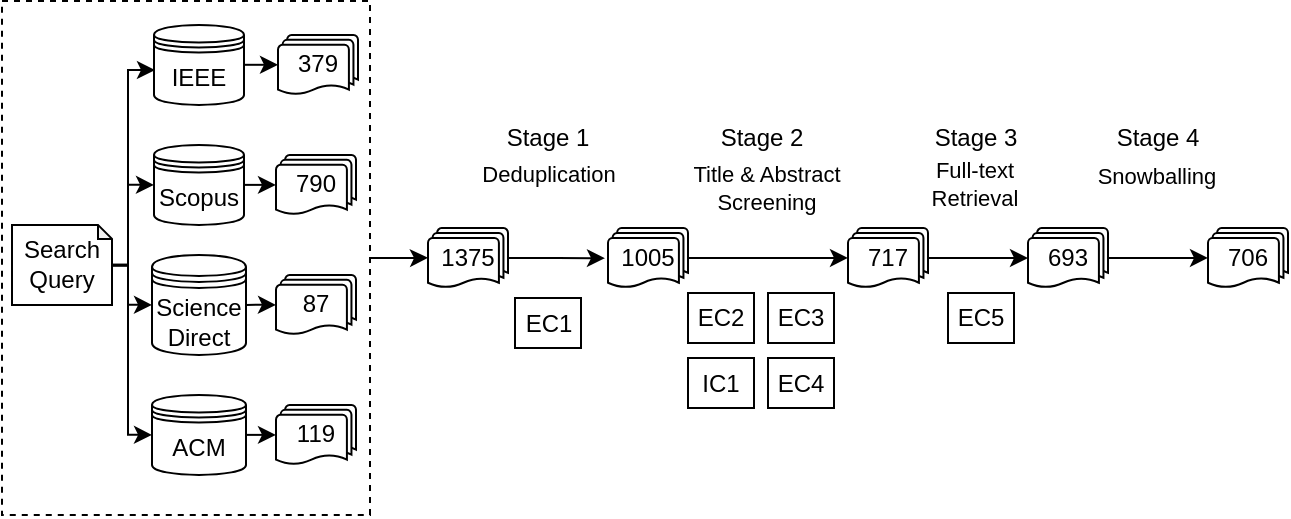
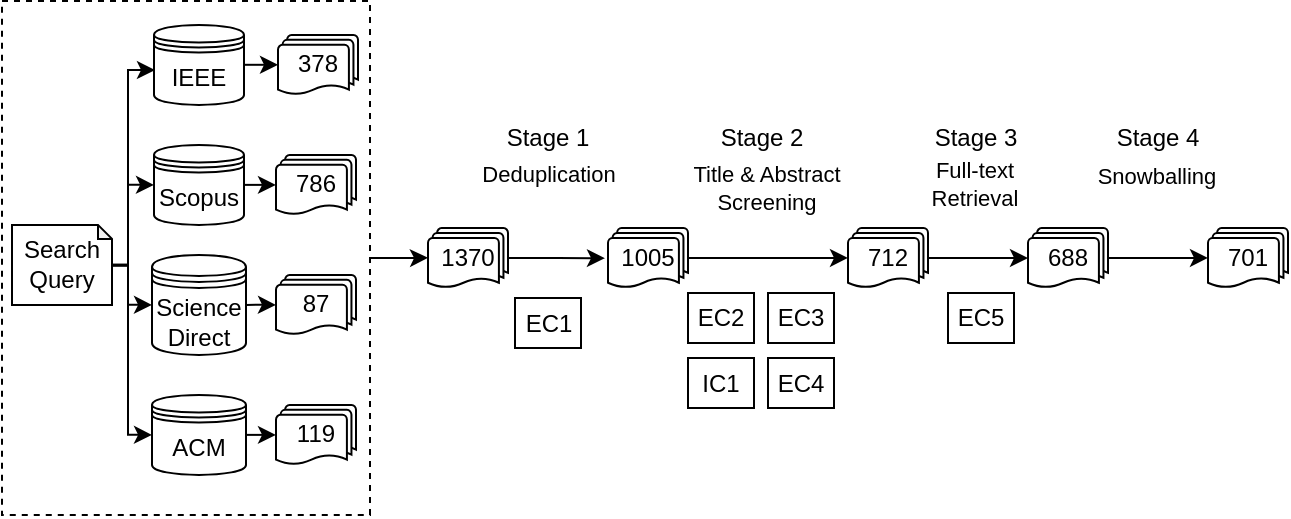
<mxfile host="app.diagrams.net" agent="Mozilla/5.0 (Windows NT 10.0; Win64; x64) AppleWebKit/537.36 (KHTML, like Gecko) Chrome/145.0.0.0 Safari/537.36">
  <diagram name="Page-1" id="EPD-pxOS8JDJHKGQRMdU">
-     <mxGraphModel dx="751" dy="402" grid="1" gridSize="10" guides="1" tooltips="1" connect="1" arrows="1" fold="1" page="1" pageScale="1" pageWidth="850" pageHeight="1100" math="0" shadow="0">
+     <mxGraphModel dx="667" dy="357" grid="1" gridSize="10" guides="1" tooltips="1" connect="1" arrows="1" fold="1" page="1" pageScale="1" pageWidth="850" pageHeight="1100" math="0" shadow="0">
      <root>
        <mxCell id="0" />
        <mxCell id="1" parent="0" />
        <mxCell id="lcWgrL02LOkPsSpJKyJC-1" edge="1" parent="1" source="lcWgrL02LOkPsSpJKyJC-2" style="edgeStyle=orthogonalEdgeStyle;rounded=0;orthogonalLoop=1;jettySize=auto;html=1;">
          <mxGeometry relative="1" as="geometry">
            <mxPoint x="360" y="204.87" as="targetPoint" />
          </mxGeometry>
        </mxCell>
        <mxCell id="lcWgrL02LOkPsSpJKyJC-2" parent="1" style="rounded=0;whiteSpace=wrap;html=1;dashed=1;movable=1;resizable=1;rotatable=1;deletable=1;editable=1;locked=0;connectable=1;" value="" vertex="1">
          <mxGeometry height="256.88" width="184" x="147" y="76.56" as="geometry" />
        </mxCell>
        <mxCell id="lcWgrL02LOkPsSpJKyJC-3" edge="1" parent="1" source="lcWgrL02LOkPsSpJKyJC-4" style="edgeStyle=orthogonalEdgeStyle;rounded=0;orthogonalLoop=1;jettySize=auto;html=1;entryX=0.011;entryY=0.565;entryDx=0;entryDy=0;entryPerimeter=0;" target="lcWgrL02LOkPsSpJKyJC-6">
          <mxGeometry relative="1" as="geometry">
            <Array as="points">
              <mxPoint x="210" y="208.44" />
              <mxPoint x="210" y="111.44" />
            </Array>
          </mxGeometry>
        </mxCell>
        <mxCell id="EugBpm1d8dsiI0s80T5x-1" edge="1" parent="1" source="lcWgrL02LOkPsSpJKyJC-4" style="edgeStyle=orthogonalEdgeStyle;rounded=0;orthogonalLoop=1;jettySize=auto;html=1;entryX=0;entryY=0.5;entryDx=0;entryDy=0;exitX=1.002;exitY=0.51;exitDx=0;exitDy=0;exitPerimeter=0;" target="uM7LAKjQwFEnnQu7Dd1V-1">
          <mxGeometry relative="1" as="geometry">
            <Array as="points">
              <mxPoint x="210" y="208.44" />
              <mxPoint x="210" y="228.44" />
            </Array>
          </mxGeometry>
        </mxCell>
        <mxCell id="EugBpm1d8dsiI0s80T5x-2" edge="1" parent="1" source="lcWgrL02LOkPsSpJKyJC-4" style="edgeStyle=orthogonalEdgeStyle;rounded=0;orthogonalLoop=1;jettySize=auto;html=1;entryX=0;entryY=0.5;entryDx=0;entryDy=0;" target="uM7LAKjQwFEnnQu7Dd1V-5">
          <mxGeometry relative="1" as="geometry">
            <Array as="points">
              <mxPoint x="210" y="208.44" />
              <mxPoint x="210" y="293.44" />
            </Array>
          </mxGeometry>
        </mxCell>
        <mxCell id="lcWgrL02LOkPsSpJKyJC-4" parent="1" style="shape=note;whiteSpace=wrap;html=1;backgroundOutline=1;darkOpacity=0.05;size=7;" value="Search&lt;div&gt;Query&lt;/div&gt;" vertex="1">
          <mxGeometry height="40" width="50" x="152" y="188.44" as="geometry" />
        </mxCell>
        <mxCell id="lcWgrL02LOkPsSpJKyJC-5" parent="1" style="shape=datastore;whiteSpace=wrap;html=1;" value="Scopus" vertex="1">
          <mxGeometry height="40" width="45" x="223" y="148.44" as="geometry" />
        </mxCell>
        <mxCell id="lcWgrL02LOkPsSpJKyJC-6" parent="1" style="shape=datastore;whiteSpace=wrap;html=1;" value="IEEE" vertex="1">
          <mxGeometry height="40" width="45" x="223" y="88.44" as="geometry" />
        </mxCell>
        <mxCell id="lcWgrL02LOkPsSpJKyJC-7" edge="1" parent="1" source="lcWgrL02LOkPsSpJKyJC-4" style="edgeStyle=orthogonalEdgeStyle;rounded=0;orthogonalLoop=1;jettySize=auto;html=1;entryX=0;entryY=0.5;entryDx=0;entryDy=0;exitX=1;exitY=0.504;exitDx=0;exitDy=0;exitPerimeter=0;" target="lcWgrL02LOkPsSpJKyJC-5">
          <mxGeometry relative="1" as="geometry">
            <Array as="points">
              <mxPoint x="210" y="208.44" />
              <mxPoint x="210" y="168.44" />
            </Array>
            <mxPoint x="170" y="138.44" as="sourcePoint" />
          </mxGeometry>
        </mxCell>
-         <mxCell id="lcWgrL02LOkPsSpJKyJC-8" parent="1" style="strokeWidth=1;html=1;shape=mxgraph.flowchart.multi-document;whiteSpace=wrap;" value="790" vertex="1">
+         <mxCell id="lcWgrL02LOkPsSpJKyJC-8" parent="1" style="strokeWidth=1;html=1;shape=mxgraph.flowchart.multi-document;whiteSpace=wrap;" value="786" vertex="1">
          <mxGeometry height="30" width="40" x="284" y="153.44" as="geometry" />
        </mxCell>
-         <mxCell id="lcWgrL02LOkPsSpJKyJC-9" parent="1" style="strokeWidth=1;html=1;shape=mxgraph.flowchart.multi-document;whiteSpace=wrap;" value="379" vertex="1">
+         <mxCell id="lcWgrL02LOkPsSpJKyJC-9" parent="1" style="strokeWidth=1;html=1;shape=mxgraph.flowchart.multi-document;whiteSpace=wrap;" value="378" vertex="1">
          <mxGeometry height="30" width="40" x="285" y="93.44" as="geometry" />
        </mxCell>
        <mxCell id="lcWgrL02LOkPsSpJKyJC-12" edge="1" parent="1" source="lcWgrL02LOkPsSpJKyJC-14" style="edgeStyle=orthogonalEdgeStyle;rounded=0;orthogonalLoop=1;jettySize=auto;html=1;entryX=-0.038;entryY=0.504;entryDx=0;entryDy=0;entryPerimeter=0;" target="lcWgrL02LOkPsSpJKyJC-17">
          <mxGeometry relative="1" as="geometry">
            <mxPoint x="470" y="205" as="targetPoint" />
          </mxGeometry>
        </mxCell>
        <mxCell id="lcWgrL02LOkPsSpJKyJC-13" connectable="0" parent="lcWgrL02LOkPsSpJKyJC-12" style="edgeLabel;html=1;align=center;verticalAlign=middle;resizable=0;points=[];" value="Deduplication" vertex="1">
          <mxGeometry relative="1" x="-0.0065" y="-1" as="geometry">
            <mxPoint x="-4" y="-43" as="offset" />
          </mxGeometry>
        </mxCell>
-         <mxCell id="lcWgrL02LOkPsSpJKyJC-14" parent="1" style="strokeWidth=1;html=1;shape=mxgraph.flowchart.multi-document;whiteSpace=wrap;" value="1375" vertex="1">
+         <mxCell id="lcWgrL02LOkPsSpJKyJC-14" parent="1" style="strokeWidth=1;html=1;shape=mxgraph.flowchart.multi-document;whiteSpace=wrap;" value="1370" vertex="1">
          <mxGeometry height="30" width="40" x="360" y="190" as="geometry" />
        </mxCell>
        <mxCell id="lcWgrL02LOkPsSpJKyJC-15" edge="1" parent="1" source="lcWgrL02LOkPsSpJKyJC-17" style="edgeStyle=orthogonalEdgeStyle;rounded=0;orthogonalLoop=1;jettySize=auto;html=1;entryX=0;entryY=0.5;entryDx=0;entryDy=0;entryPerimeter=0;" target="lcWgrL02LOkPsSpJKyJC-19">
          <mxGeometry relative="1" as="geometry">
            <Array as="points" />
            <mxPoint x="570" y="205.00000000000006" as="targetPoint" />
          </mxGeometry>
        </mxCell>
        <mxCell id="lcWgrL02LOkPsSpJKyJC-16" connectable="0" parent="lcWgrL02LOkPsSpJKyJC-15" style="edgeLabel;html=1;align=center;verticalAlign=middle;resizable=0;points=[];" value="Title &amp;amp; Abstract&lt;div&gt;Screening&lt;/div&gt;" vertex="1">
          <mxGeometry relative="1" x="-0.1294" y="-1" as="geometry">
            <mxPoint x="4" y="-36" as="offset" />
          </mxGeometry>
        </mxCell>
        <mxCell id="lcWgrL02LOkPsSpJKyJC-17" parent="1" style="strokeWidth=1;html=1;shape=mxgraph.flowchart.multi-document;whiteSpace=wrap;" value="1005" vertex="1">
          <mxGeometry height="30" width="40" x="450" y="189.99" as="geometry" />
        </mxCell>
        <mxCell id="lcWgrL02LOkPsSpJKyJC-18" parent="1" style="rounded=0;whiteSpace=wrap;html=1;" value="EC1" vertex="1">
          <mxGeometry height="25" width="33" x="403.5" y="225" as="geometry" />
        </mxCell>
-         <mxCell id="lcWgrL02LOkPsSpJKyJC-19" parent="1" style="strokeWidth=1;html=1;shape=mxgraph.flowchart.multi-document;whiteSpace=wrap;" value="717" vertex="1">
+         <mxCell id="lcWgrL02LOkPsSpJKyJC-19" parent="1" style="strokeWidth=1;html=1;shape=mxgraph.flowchart.multi-document;whiteSpace=wrap;" value="712" vertex="1">
          <mxGeometry height="30" width="40" x="570" y="189.99" as="geometry" />
        </mxCell>
        <mxCell id="lcWgrL02LOkPsSpJKyJC-20" parent="1" style="rounded=0;whiteSpace=wrap;html=1;" value="EC2" vertex="1">
          <mxGeometry height="25" width="33" x="490" y="222.5" as="geometry" />
        </mxCell>
        <mxCell id="lcWgrL02LOkPsSpJKyJC-21" parent="1" style="rounded=0;whiteSpace=wrap;html=1;" value="EC3" vertex="1">
          <mxGeometry height="25" width="33" x="530" y="222.5" as="geometry" />
        </mxCell>
        <mxCell id="lcWgrL02LOkPsSpJKyJC-22" parent="1" style="rounded=0;whiteSpace=wrap;html=1;" value="EC4" vertex="1">
          <mxGeometry height="25" width="33" x="530" y="255" as="geometry" />
        </mxCell>
        <mxCell id="3dYulXDm6Khn9t_g3C1X-1" edge="1" parent="1" source="lcWgrL02LOkPsSpJKyJC-23" style="edgeStyle=orthogonalEdgeStyle;rounded=0;orthogonalLoop=1;jettySize=auto;html=1;entryX=0;entryY=0.5;entryDx=0;entryDy=0;entryPerimeter=0;" target="3dYulXDm6Khn9t_g3C1X-2">
          <mxGeometry relative="1" as="geometry">
            <mxPoint x="850" y="205" as="targetPoint" />
          </mxGeometry>
        </mxCell>
        <mxCell id="3dYulXDm6Khn9t_g3C1X-3" connectable="0" parent="3dYulXDm6Khn9t_g3C1X-1" style="edgeLabel;html=1;align=center;verticalAlign=middle;resizable=0;points=[];" value="Snowballing" vertex="1">
          <mxGeometry relative="1" x="-0.0421" as="geometry">
            <mxPoint y="-41" as="offset" />
          </mxGeometry>
        </mxCell>
-         <mxCell id="lcWgrL02LOkPsSpJKyJC-23" parent="1" style="strokeWidth=1;html=1;shape=mxgraph.flowchart.multi-document;whiteSpace=wrap;" value="693" vertex="1">
+         <mxCell id="lcWgrL02LOkPsSpJKyJC-23" parent="1" style="strokeWidth=1;html=1;shape=mxgraph.flowchart.multi-document;whiteSpace=wrap;" value="688" vertex="1">
          <mxGeometry height="30" width="40" x="660" y="190" as="geometry" />
        </mxCell>
        <mxCell id="lcWgrL02LOkPsSpJKyJC-24" edge="1" parent="1" source="lcWgrL02LOkPsSpJKyJC-19" style="edgeStyle=orthogonalEdgeStyle;rounded=0;orthogonalLoop=1;jettySize=auto;html=1;entryX=0;entryY=0.5;entryDx=0;entryDy=0;entryPerimeter=0;" target="lcWgrL02LOkPsSpJKyJC-23">
          <mxGeometry relative="1" as="geometry" />
        </mxCell>
        <mxCell id="lcWgrL02LOkPsSpJKyJC-25" connectable="0" parent="lcWgrL02LOkPsSpJKyJC-24" style="edgeLabel;html=1;align=center;verticalAlign=middle;resizable=0;points=[];" value="Full-text&lt;div&gt;Retrieval&lt;/div&gt;" vertex="1">
          <mxGeometry relative="1" x="-0.1099" y="1" as="geometry">
            <mxPoint y="-36" as="offset" />
          </mxGeometry>
        </mxCell>
        <mxCell id="lcWgrL02LOkPsSpJKyJC-26" parent="1" style="rounded=0;whiteSpace=wrap;html=1;" value="EC5" vertex="1">
          <mxGeometry height="25" width="33" x="620" y="222.5" as="geometry" />
        </mxCell>
        <mxCell id="lcWgrL02LOkPsSpJKyJC-27" parent="1" style="rounded=0;whiteSpace=wrap;html=1;" value="IC1" vertex="1">
          <mxGeometry height="25" width="33" x="490" y="255" as="geometry" />
        </mxCell>
        <mxCell id="lcWgrL02LOkPsSpJKyJC-28" parent="1" style="text;html=1;whiteSpace=wrap;strokeColor=none;fillColor=none;align=center;verticalAlign=middle;rounded=0;" value="Stage 1" vertex="1">
          <mxGeometry height="30" width="60" x="390" y="130" as="geometry" />
        </mxCell>
        <mxCell id="lcWgrL02LOkPsSpJKyJC-29" parent="1" style="text;html=1;whiteSpace=wrap;strokeColor=none;fillColor=none;align=center;verticalAlign=middle;rounded=0;" value="Stage 2" vertex="1">
          <mxGeometry height="30" width="60" x="497" y="130" as="geometry" />
        </mxCell>
        <mxCell id="lcWgrL02LOkPsSpJKyJC-30" parent="1" style="text;html=1;whiteSpace=wrap;strokeColor=none;fillColor=none;align=center;verticalAlign=middle;rounded=0;" value="Stage 3" vertex="1">
          <mxGeometry height="30" width="60" x="604" y="130" as="geometry" />
        </mxCell>
-         <mxCell id="3dYulXDm6Khn9t_g3C1X-2" parent="1" style="strokeWidth=1;html=1;shape=mxgraph.flowchart.multi-document;whiteSpace=wrap;" value="706" vertex="1">
+         <mxCell id="3dYulXDm6Khn9t_g3C1X-2" parent="1" style="strokeWidth=1;html=1;shape=mxgraph.flowchart.multi-document;whiteSpace=wrap;" value="701" vertex="1">
          <mxGeometry height="30" width="40" x="750" y="189.99" as="geometry" />
        </mxCell>
        <mxCell id="3dYulXDm6Khn9t_g3C1X-7" parent="1" style="text;html=1;whiteSpace=wrap;strokeColor=none;fillColor=none;align=center;verticalAlign=middle;rounded=0;" value="Stage 4" vertex="1">
          <mxGeometry height="30" width="60" x="695" y="130" as="geometry" />
        </mxCell>
        <mxCell id="3dYulXDm6Khn9t_g3C1X-10" edge="1" parent="1" source="lcWgrL02LOkPsSpJKyJC-5" style="edgeStyle=orthogonalEdgeStyle;rounded=0;orthogonalLoop=1;jettySize=auto;html=1;entryX=0;entryY=0.5;entryDx=0;entryDy=0;entryPerimeter=0;" target="lcWgrL02LOkPsSpJKyJC-8">
          <mxGeometry relative="1" as="geometry">
            <Array as="points">
              <mxPoint x="260" y="168.44" />
              <mxPoint x="260" y="168.44" />
            </Array>
          </mxGeometry>
        </mxCell>
        <mxCell id="3dYulXDm6Khn9t_g3C1X-11" edge="1" parent="1" source="lcWgrL02LOkPsSpJKyJC-6" style="edgeStyle=orthogonalEdgeStyle;rounded=0;orthogonalLoop=1;jettySize=auto;html=1;entryX=0;entryY=0.5;entryDx=0;entryDy=0;entryPerimeter=0;" target="lcWgrL02LOkPsSpJKyJC-9">
          <mxGeometry relative="1" as="geometry">
            <Array as="points">
              <mxPoint x="285" y="108.44" />
            </Array>
          </mxGeometry>
        </mxCell>
        <mxCell id="3dYulXDm6Khn9t_g3C1X-12" edge="1" parent="1" source="lcWgrL02LOkPsSpJKyJC-22" style="edgeStyle=orthogonalEdgeStyle;rounded=0;orthogonalLoop=1;jettySize=auto;html=1;exitX=0.5;exitY=1;exitDx=0;exitDy=0;" target="lcWgrL02LOkPsSpJKyJC-22">
          <mxGeometry relative="1" as="geometry" />
        </mxCell>
        <mxCell id="uM7LAKjQwFEnnQu7Dd1V-1" parent="1" style="shape=datastore;whiteSpace=wrap;html=1;" value="Science&lt;div&gt;Direct&lt;/div&gt;" vertex="1">
          <mxGeometry height="50" width="47" x="222" y="203.44" as="geometry" />
        </mxCell>
        <mxCell id="uM7LAKjQwFEnnQu7Dd1V-2" parent="1" style="strokeWidth=1;html=1;shape=mxgraph.flowchart.multi-document;whiteSpace=wrap;" value="87" vertex="1">
          <mxGeometry height="30" width="40" x="284" y="213.44" as="geometry" />
        </mxCell>
        <mxCell id="uM7LAKjQwFEnnQu7Dd1V-5" parent="1" style="shape=datastore;whiteSpace=wrap;html=1;" value="ACM" vertex="1">
          <mxGeometry height="40" width="47" x="222" y="273.44" as="geometry" />
        </mxCell>
        <mxCell id="uM7LAKjQwFEnnQu7Dd1V-6" parent="1" style="strokeWidth=1;html=1;shape=mxgraph.flowchart.multi-document;whiteSpace=wrap;" value="119" vertex="1">
          <mxGeometry height="30" width="40" x="284" y="278.44" as="geometry" />
        </mxCell>
        <mxCell id="EugBpm1d8dsiI0s80T5x-3" edge="1" parent="1" source="uM7LAKjQwFEnnQu7Dd1V-1" style="edgeStyle=orthogonalEdgeStyle;rounded=0;orthogonalLoop=1;jettySize=auto;html=1;entryX=0;entryY=0.5;entryDx=0;entryDy=0;entryPerimeter=0;exitX=1;exitY=0.5;exitDx=0;exitDy=0;" target="uM7LAKjQwFEnnQu7Dd1V-2">
          <mxGeometry relative="1" as="geometry">
            <Array as="points">
              <mxPoint x="280" y="228.44" />
              <mxPoint x="280" y="228.44" />
            </Array>
            <mxPoint x="280" y="228.44" as="targetPoint" />
          </mxGeometry>
        </mxCell>
        <mxCell id="EugBpm1d8dsiI0s80T5x-4" edge="1" parent="1" source="uM7LAKjQwFEnnQu7Dd1V-5" style="edgeStyle=orthogonalEdgeStyle;rounded=0;orthogonalLoop=1;jettySize=auto;html=1;entryX=0;entryY=0.5;entryDx=0;entryDy=0;entryPerimeter=0;exitX=1;exitY=0.5;exitDx=0;exitDy=0;" target="uM7LAKjQwFEnnQu7Dd1V-6">
          <mxGeometry relative="1" as="geometry" />
        </mxCell>
      </root>
    </mxGraphModel>
  </diagram>
</mxfile>
